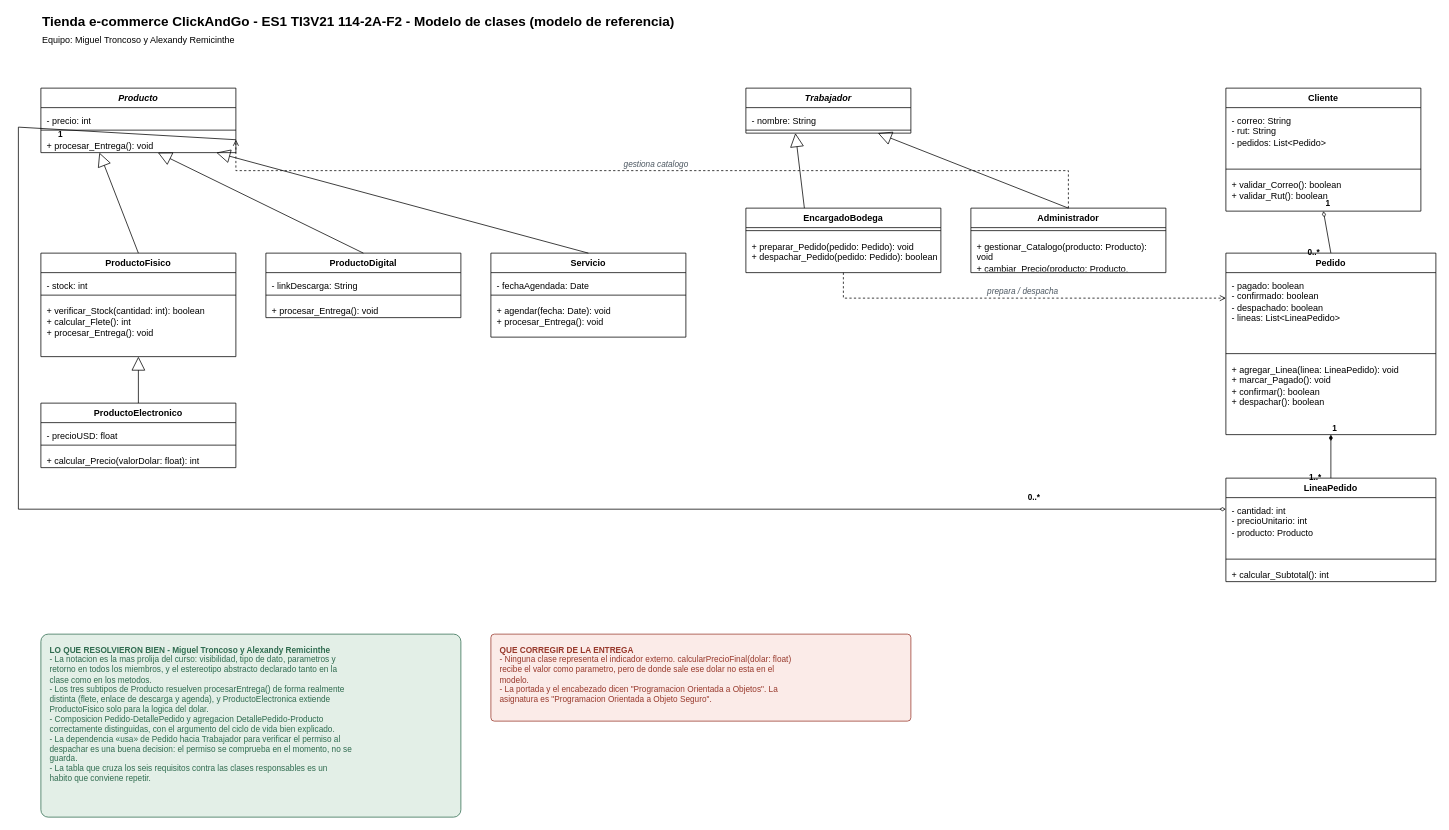
The draw.io diagram 2026/semestre2/bimestre1/poos/114-2B-F1/114-2A-F2/ES1-correcciones/05-Ecommerce-Miguel-Troncoso-Alexandy-Remicinthe/05-Ecommerce-Miguel-Troncoso-Alexandy-Remicinthe.drawio in michaelarjelm/inacapclases, before the edit. Source tidied: cells renumbered, new cells numbered last; positions are measured from the earlier drawing's top-left corner, leaving out a move shared by most shapes. Both pictures are drawn from the tidied source at 75%, with x=0, y=0 at pixel (18, 13).
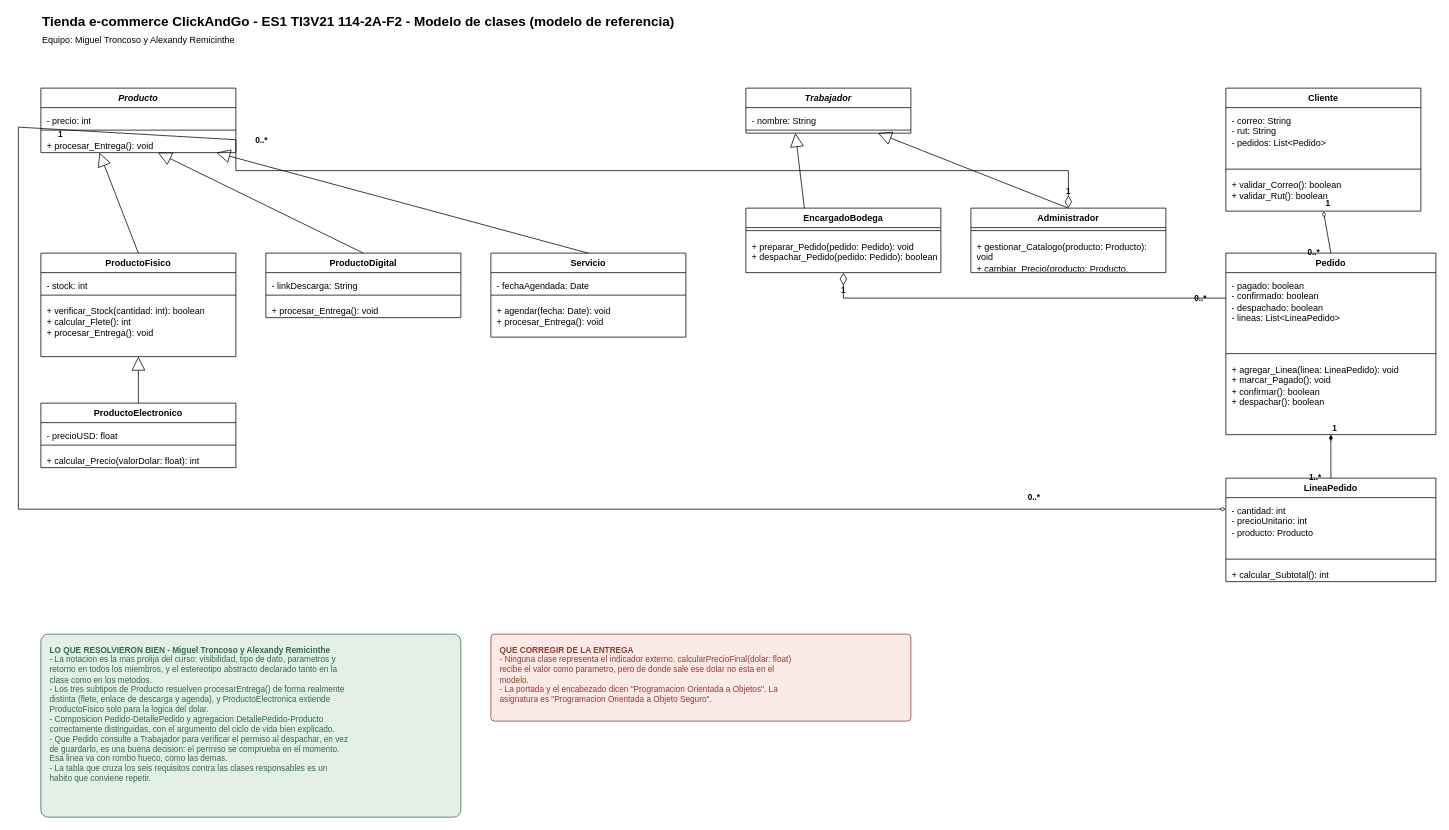
After the change.

Unchanged cells that the change refers to:
```xml
<mxCell id="3" value="&lt;i&gt;Producto&lt;/i&gt;" style="swimlane;fontStyle=1;align=center;verticalAlign=middle;horizontal=1;startSize=26;whiteSpace=wrap;html=1;" parent="1" vertex="1">
  <mxGeometry x="30" y="100" width="260" height="86" as="geometry" />
</mxCell>
<mxCell id="27" value="EncargadoBodega" style="swimlane;fontStyle=1;align=center;verticalAlign=middle;horizontal=1;startSize=26;whiteSpace=wrap;html=1;" parent="1" vertex="1">
  <mxGeometry x="970" y="260" width="260" height="86" as="geometry" />
</mxCell>
<mxCell id="31" value="Administrador" style="swimlane;fontStyle=1;align=center;verticalAlign=middle;horizontal=1;startSize=26;whiteSpace=wrap;html=1;" parent="1" vertex="1">
  <mxGeometry x="1270" y="260" width="260" height="86" as="geometry" />
</mxCell>
<mxCell id="39" value="Pedido" style="swimlane;fontStyle=1;align=center;verticalAlign=middle;horizontal=1;startSize=26;whiteSpace=wrap;html=1;" parent="1" vertex="1">
  <mxGeometry x="1610" y="320" width="280" height="242" as="geometry" />
</mxCell>
```

The edit, as a diff of the source:
```diff
@@
-    <mxCell id="62" style="endArrow=open;endFill=0;dashed=1;html=1;rounded=0;exitX=0.5;exitY=1;entryX=0;entryY=0.248;" parent="1" edge="1" source="27" target="39">
+    <mxCell id="62" style="startArrow=diamondThin;startFill=0;startSize=14;endArrow=none;html=1;rounded=0;exitX=0.5;exitY=1;entryX=0;entryY=0.248;" parent="1" edge="1" source="27" target="39">
       <mxGeometry relative="1" as="geometry">
         <Array as="points">
           <mxPoint x="1100" y="380" />
           <mxPoint x="1610" y="380" />
         </Array>
       </mxGeometry>
     </mxCell>
-    <mxCell id="63" value="prepara / despacha" style="text;html=1;fontSize=11;fontStyle=2;fontColor=#4C5761;align=center;verticalAlign=middle;" parent="62" vertex="1">
-      <mxGeometry relative="1" as="geometry">
-        <mxPoint y="-10" as="offset" />
-      </mxGeometry>
-    </mxCell>
-    <mxCell id="64" style="endArrow=open;endFill=0;dashed=1;html=1;rounded=0;exitX=0.5;exitY=0;entryX=1;entryY=0.8;" parent="1" edge="1" source="31" target="3">
+    <mxCell id="64" style="startArrow=diamondThin;startFill=0;startSize=14;endArrow=none;html=1;rounded=0;exitX=0.5;exitY=0;entryX=1;entryY=0.8;" parent="1" edge="1" source="31" target="3">
       <mxGeometry relative="1" as="geometry">
         <Array as="points">
           <mxPoint x="1400" y="210" />
           <mxPoint x="290" y="210" />
         </Array>
       </mxGeometry>
     </mxCell>
-    <mxCell id="65" value="gestiona catalogo" style="text;html=1;fontSize=11;fontStyle=2;fontColor=#4C5761;align=center;verticalAlign=middle;" parent="64" vertex="1">
-      <mxGeometry relative="1" as="geometry">
-        <mxPoint y="-10" as="offset" />
-      </mxGeometry>
-    </mxCell>
-    <mxCell id="66" value="&lt;b&gt;LO QUE RESOLVIERON BIEN - Miguel Troncoso y Alexandy Remicinthe&lt;/b&gt;&lt;br&gt;- La notacion es la mas prolija del curso: visibilidad, tipo de dato, parametros y&lt;br&gt;  retorno en todos los miembros, y el estereotipo abstracto declarado tanto en la&lt;br&gt;  clase como en los metodos.&lt;br&gt;- Los tres subtipos de Producto resuelven procesarEntrega() de forma realmente&lt;br&gt;  distinta (flete, enlace de descarga y agenda), y ProductoElectronica extiende&lt;br&gt;  ProductoFisico solo para la logica del dolar.&lt;br&gt;- Composicion Pedido-DetallePedido y agregacion DetallePedido-Producto&lt;br&gt;  correctamente distinguidas, con el argumento del ciclo de vida bien explicado.&lt;br&gt;- La dependencia «usa» de Pedido hacia Trabajador para verificar el permiso al&lt;br&gt;  despachar es una buena decision: el permiso se comprueba en el momento, no se&lt;br&gt;  guarda.&lt;br&gt;- La tabla que cruza los seis requisitos contra las clases responsables es un&lt;br&gt;  habito que conviene repetir." style="text;html=1;align=left;verticalAlign=top;fontStyle=0;fontColor=#2F6B4F;fontSize=11;strokeColor=#2F6B4F;fillColor=#E3EFE7;rounded=1;arcSize=4;spacingLeft=10;spacingTop=8;spacingRight=10;spacingBottom=8;whiteSpace=wrap;" parent="1" vertex="1">
+    <mxCell id="66" value="&lt;b&gt;LO QUE RESOLVIERON BIEN - Miguel Troncoso y Alexandy Remicinthe&lt;/b&gt;&lt;br&gt;- La notacion es la mas prolija del curso: visibilidad, tipo de dato, parametros y&lt;br&gt;  retorno en todos los miembros, y el estereotipo abstracto declarado tanto en la&lt;br&gt;  clase como en los metodos.&lt;br&gt;- Los tres subtipos de Producto resuelven procesarEntrega() de forma realmente&lt;br&gt;  distinta (flete, enlace de descarga y agenda), y ProductoElectronica extiende&lt;br&gt;  ProductoFisico solo para la logica del dolar.&lt;br&gt;- Composicion Pedido-DetallePedido y agregacion DetallePedido-Producto&lt;br&gt;  correctamente distinguidas, con el argumento del ciclo de vida bien explicado.&lt;br&gt;- Que Pedido consulte a Trabajador para verificar el permiso al despachar, en vez&lt;br&gt;  de guardarlo, es una buena decision: el permiso se comprueba en el momento.&lt;br&gt;  Esa linea va con rombo hueco, como las demas.&lt;br&gt;- La tabla que cruza los seis requisitos contra las clases responsables es un&lt;br&gt;  habito que conviene repetir." style="text;html=1;align=left;verticalAlign=top;fontStyle=0;fontColor=#2F6B4F;fontSize=11;strokeColor=#2F6B4F;fillColor=#E3EFE7;rounded=1;arcSize=4;spacingLeft=10;spacingTop=8;spacingRight=10;spacingBottom=8;whiteSpace=wrap;" parent="1" vertex="1">
       <mxGeometry x="30" y="828" width="560" height="244" as="geometry" />
     </mxCell>
@@
+    <mxCell id="68" value="1" style="text;html=1;fontSize=11;fontStyle=1;align=center;verticalAlign=middle;" parent="1" vertex="1">
+      <mxGeometry x="1080" y="360" width="40" height="18" as="geometry" />
+    </mxCell>
+    <mxCell id="69" value="0..*" style="text;html=1;fontSize=11;fontStyle=1;align=center;verticalAlign=middle;" parent="1" vertex="1">
+      <mxGeometry x="1556" y="371" width="40" height="18" as="geometry" />
+    </mxCell>
+    <mxCell id="70" value="1" style="text;html=1;fontSize=11;fontStyle=1;align=center;verticalAlign=middle;" parent="1" vertex="1">
+      <mxGeometry x="1380" y="228" width="40" height="18" as="geometry" />
+    </mxCell>
+    <mxCell id="71" value="0..*" style="text;html=1;fontSize=11;fontStyle=1;align=center;verticalAlign=middle;" parent="1" vertex="1">
+      <mxGeometry x="304" y="159.8" width="40" height="18" as="geometry" />
+    </mxCell>
```
